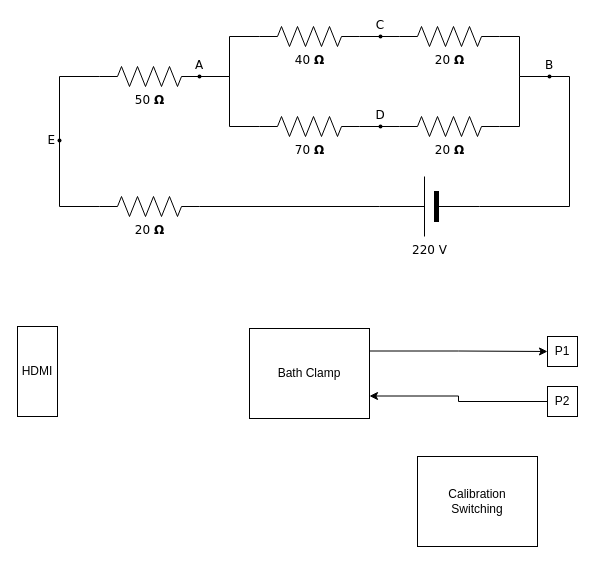
Before: documentation/test_github.drawio in lucask07/covg_clamp, a draw.io diagram. Source tidied: cells renumbered, new cells numbered last; positions are measured from the earlier drawing's top-left corner, leaving out a move shared by most shapes. Both pictures are drawn from the tidied source at 100%, with x=0, y=0 at pixel (17, 26).
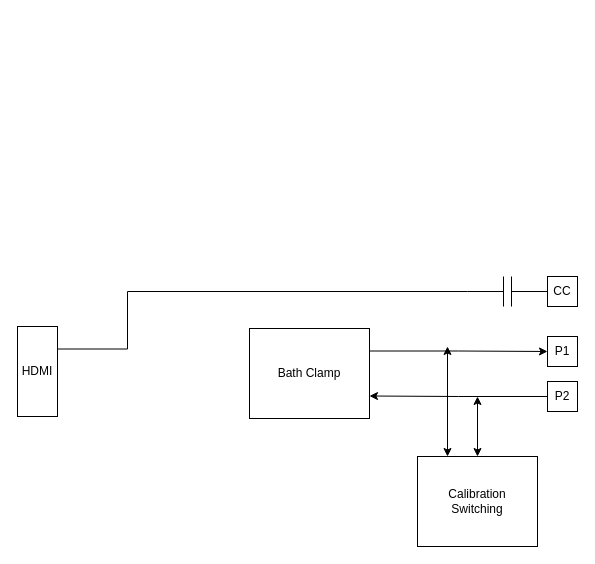
Above is the later version.

Unchanged cells that the change refers to:
```xml
<mxCell id="26" value="HDMI" style="rounded=0;whiteSpace=wrap;html=1;" parent="1" vertex="1">
  <mxGeometry y="300" width="40" height="90" as="geometry" />
</mxCell>
<mxCell id="29" value="Calibration&lt;br&gt;Switching" style="rounded=0;whiteSpace=wrap;html=1;" parent="1" vertex="1">
  <mxGeometry x="400" y="430" width="120" height="90" as="geometry" />
</mxCell>
```

What changed in the source:
```diff
@@
-    <mxCell id="2" style="edgeStyle=orthogonalEdgeStyle;rounded=0;html=1;exitX=1;exitY=0.5;exitPerimeter=0;entryX=0;entryY=0.5;entryPerimeter=0;labelBackgroundColor=none;startArrow=none;startFill=0;startSize=5;endArrow=none;endFill=0;endSize=5;jettySize=auto;strokeColor=#000000;strokeWidth=1;fontFamily=Verdana;fontSize=12;fontColor=#000000;" parent="1" edge="1" source="3" target="5">
-      <mxGeometry relative="1" as="geometry" />
-    </mxCell>
-    <mxCell id="3" value="40&amp;nbsp;&lt;b&gt;Ω&lt;/b&gt;" style="verticalLabelPosition=bottom;shadow=0;dashed=0;align=center;html=1;verticalAlign=top;strokeWidth=1;shape=mxgraph.electrical.resistors.resistor_2;rounded=1;comic=0;labelBackgroundColor=none;fontFamily=Verdana;fontSize=12;" parent="1" vertex="1">
-      <mxGeometry x="242" width="100" height="20" as="geometry" />
-    </mxCell>
-    <mxCell id="4" style="edgeStyle=orthogonalEdgeStyle;rounded=0;html=1;exitX=1;exitY=0.5;exitPerimeter=0;labelBackgroundColor=none;startArrow=none;startFill=0;startSize=5;endArrow=none;endFill=0;endSize=5;jettySize=auto;strokeWidth=1;fontFamily=Verdana;fontSize=12;" parent="1" edge="1" source="5">
-      <mxGeometry relative="1" as="geometry">
-        <mxPoint x="532" y="50" as="targetPoint" />
-        <Array as="points">
-          <mxPoint x="502" y="10" />
-          <mxPoint x="502" y="50" />
-        </Array>
-      </mxGeometry>
-    </mxCell>
-    <mxCell id="5" value="20&amp;nbsp;&lt;b&gt;Ω&lt;/b&gt;" style="verticalLabelPosition=bottom;shadow=0;dashed=0;align=center;html=1;verticalAlign=top;strokeWidth=1;shape=mxgraph.electrical.resistors.resistor_2;rounded=1;comic=0;labelBackgroundColor=none;fontFamily=Verdana;fontSize=12;" parent="1" vertex="1">
-      <mxGeometry x="382" width="100" height="20" as="geometry" />
-    </mxCell>
-    <mxCell id="6" style="edgeStyle=orthogonalEdgeStyle;rounded=0;html=1;exitX=1;exitY=0.5;exitPerimeter=0;entryX=0;entryY=0.5;entryPerimeter=0;labelBackgroundColor=none;startArrow=none;startFill=0;startSize=5;endArrow=none;endFill=0;endSize=5;jettySize=auto;strokeWidth=1;fontFamily=Verdana;fontSize=12;" parent="1" edge="1" source="7" target="9">
-      <mxGeometry relative="1" as="geometry" />
-    </mxCell>
-    <mxCell id="7" value="70&amp;nbsp;&lt;b&gt;Ω&lt;/b&gt;" style="verticalLabelPosition=bottom;shadow=0;dashed=0;align=center;html=1;verticalAlign=top;strokeWidth=1;shape=mxgraph.electrical.resistors.resistor_2;rounded=1;comic=0;labelBackgroundColor=none;fontFamily=Verdana;fontSize=12;" parent="1" vertex="1">
-      <mxGeometry x="242" y="90" width="100" height="20" as="geometry" />
-    </mxCell>
-    <mxCell id="8" style="edgeStyle=orthogonalEdgeStyle;rounded=0;html=1;exitX=1;exitY=0.5;exitPerimeter=0;labelBackgroundColor=none;startArrow=none;startFill=0;startSize=5;endArrow=none;endFill=0;endSize=5;jettySize=auto;strokeWidth=1;fontFamily=Verdana;fontSize=12;" parent="1" edge="1" source="9">
-      <mxGeometry relative="1" as="geometry">
-        <mxPoint x="532" y="50" as="targetPoint" />
-        <Array as="points">
-          <mxPoint x="502" y="100" />
-          <mxPoint x="502" y="50" />
-        </Array>
-      </mxGeometry>
-    </mxCell>
-    <mxCell id="9" value="20&amp;nbsp;&lt;b&gt;Ω&lt;/b&gt;" style="verticalLabelPosition=bottom;shadow=0;dashed=0;align=center;html=1;verticalAlign=top;strokeWidth=1;shape=mxgraph.electrical.resistors.resistor_2;rounded=1;comic=0;labelBackgroundColor=none;fontFamily=Verdana;fontSize=12;" parent="1" vertex="1">
-      <mxGeometry x="382" y="90" width="100" height="20" as="geometry" />
-    </mxCell>
-    <mxCell id="10" style="edgeStyle=orthogonalEdgeStyle;rounded=0;html=1;exitX=1;exitY=0.5;exitPerimeter=0;entryX=0;entryY=0.5;entryPerimeter=0;labelBackgroundColor=none;startArrow=none;startFill=0;startSize=5;endArrow=none;endFill=0;endSize=5;jettySize=auto;strokeWidth=1;fontFamily=Verdana;fontSize=12;" parent="1" edge="1" source="12" target="3">
-      <mxGeometry relative="1" as="geometry" />
-    </mxCell>
-    <mxCell id="11" style="edgeStyle=orthogonalEdgeStyle;rounded=0;html=1;exitX=1;exitY=0.5;exitPerimeter=0;entryX=0;entryY=0.5;entryPerimeter=0;labelBackgroundColor=none;startArrow=none;startFill=0;startSize=5;endArrow=none;endFill=0;endSize=5;jettySize=auto;strokeWidth=1;fontFamily=Verdana;fontSize=12;" parent="1" edge="1" source="12" target="7">
-      <mxGeometry relative="1" as="geometry" />
-    </mxCell>
-    <mxCell id="12" value="50&amp;nbsp;&lt;b&gt;Ω&lt;/b&gt;" style="verticalLabelPosition=bottom;shadow=0;dashed=0;align=center;html=1;verticalAlign=top;strokeWidth=1;shape=mxgraph.electrical.resistors.resistor_2;rounded=1;comic=0;labelBackgroundColor=none;fontFamily=Verdana;fontSize=12;" parent="1" vertex="1">
-      <mxGeometry x="82" y="40" width="100" height="20" as="geometry" />
-    </mxCell>
-    <mxCell id="13" style="edgeStyle=orthogonalEdgeStyle;rounded=0;html=1;exitX=0;exitY=0.5;exitPerimeter=0;entryX=0;entryY=0.5;entryPerimeter=0;labelBackgroundColor=none;startArrow=none;startFill=0;startSize=5;endArrow=none;endFill=0;endSize=5;jettySize=auto;strokeWidth=1;fontFamily=Verdana;fontSize=12;" parent="1" edge="1" source="14" target="12">
-      <mxGeometry relative="1" as="geometry">
-        <Array as="points">
-          <mxPoint x="42" y="180" />
-          <mxPoint x="42" y="50" />
-        </Array>
-      </mxGeometry>
-    </mxCell>
-    <mxCell id="14" value="20&amp;nbsp;&lt;b&gt;Ω&lt;/b&gt;" style="verticalLabelPosition=bottom;shadow=0;dashed=0;align=center;html=1;verticalAlign=top;strokeWidth=1;shape=mxgraph.electrical.resistors.resistor_2;rounded=1;comic=0;labelBackgroundColor=none;fontFamily=Verdana;fontSize=12;" parent="1" vertex="1">
-      <mxGeometry x="82" y="170" width="100" height="20" as="geometry" />
-    </mxCell>
-    <mxCell id="15" style="edgeStyle=orthogonalEdgeStyle;rounded=0;html=1;exitX=1;exitY=0.5;exitPerimeter=0;entryX=1;entryY=0.5;entryPerimeter=0;labelBackgroundColor=none;startArrow=none;startFill=0;startSize=5;endArrow=none;endFill=0;endSize=5;jettySize=auto;strokeWidth=1;fontFamily=Verdana;fontSize=12;" parent="1" edge="1" source="17" target="14">
-      <mxGeometry relative="1" as="geometry" />
-    </mxCell>
-    <mxCell id="16" style="edgeStyle=orthogonalEdgeStyle;rounded=0;html=1;exitX=0;exitY=0.5;exitPerimeter=0;labelBackgroundColor=none;startArrow=none;startFill=0;startSize=5;endArrow=none;endFill=0;endSize=5;jettySize=auto;strokeWidth=1;fontFamily=Verdana;fontSize=12;" parent="1" edge="1" source="17">
-      <mxGeometry relative="1" as="geometry">
-        <mxPoint x="532" y="50" as="targetPoint" />
-        <Array as="points">
-          <mxPoint x="552" y="180" />
-          <mxPoint x="552" y="50" />
-        </Array>
-      </mxGeometry>
-    </mxCell>
-    <mxCell id="17" value="220 V" style="verticalLabelPosition=bottom;shadow=0;dashed=0;align=center;fillColor=#000000;html=1;verticalAlign=top;strokeWidth=1;shape=mxgraph.electrical.miscellaneous.monocell_battery;rounded=1;comic=0;labelBackgroundColor=none;fontFamily=Verdana;fontSize=12;flipH=1;" parent="1" vertex="1">
-      <mxGeometry x="362" y="150" width="100" height="60" as="geometry" />
-    </mxCell>
-    <mxCell id="18" value="A" style="ellipse;whiteSpace=wrap;html=1;rounded=1;shadow=0;comic=0;labelBackgroundColor=none;strokeColor=none;strokeWidth=2;fillColor=#000000;fontFamily=Verdana;fontSize=12;align=center;labelPosition=center;verticalLabelPosition=top;verticalAlign=bottom;" parent="1" vertex="1">
-      <mxGeometry x="180" y="48" width="4" height="4" as="geometry" />
-    </mxCell>
-    <mxCell id="19" value="C" style="ellipse;whiteSpace=wrap;html=1;rounded=1;shadow=0;comic=0;labelBackgroundColor=none;strokeColor=none;strokeWidth=2;fillColor=#000000;fontFamily=Verdana;fontSize=12;align=center;labelPosition=center;verticalLabelPosition=top;verticalAlign=bottom;" parent="1" vertex="1">
-      <mxGeometry x="361" y="8" width="4" height="4" as="geometry" />
-    </mxCell>
-    <mxCell id="20" value="D" style="ellipse;whiteSpace=wrap;html=1;rounded=1;shadow=0;comic=0;labelBackgroundColor=none;strokeColor=none;strokeWidth=2;fontFamily=Verdana;fontSize=12;align=center;labelPosition=center;verticalLabelPosition=top;verticalAlign=bottom;fillColor=#000000;" parent="1" vertex="1">
-      <mxGeometry x="361" y="98" width="4" height="4" as="geometry" />
-    </mxCell>
-    <mxCell id="21" value="B" style="ellipse;whiteSpace=wrap;html=1;rounded=1;shadow=0;comic=0;labelBackgroundColor=none;strokeColor=none;strokeWidth=2;fillColor=#000000;fontFamily=Verdana;fontSize=12;fontColor=#000000;align=center;labelPosition=center;verticalLabelPosition=top;verticalAlign=bottom;" parent="1" vertex="1">
-      <mxGeometry x="530" y="48" width="4" height="4" as="geometry" />
-    </mxCell>
-    <mxCell id="22" value="E" style="ellipse;whiteSpace=wrap;html=1;rounded=1;shadow=0;comic=0;labelBackgroundColor=none;strokeColor=none;strokeWidth=2;fillColor=#000000;fontFamily=Verdana;fontSize=12;align=right;labelPosition=left;verticalLabelPosition=middle;verticalAlign=middle;" parent="1" vertex="1">
-      <mxGeometry x="40" y="112" width="4" height="4" as="geometry" />
-    </mxCell>
@@
+    <mxCell id="30" style="edgeStyle=orthogonalEdgeStyle;rounded=0;jettySize=auto;html=1;exitX=1;exitY=0.25;exitDx=0;exitDy=0;startArrow=none;startFill=0;entryX=0;entryY=0.5;entryDx=0;entryDy=0;entryPerimeter=0;endArrow=none;endFill=0;" parent="1" edge="1" source="26" target="34">
+      <mxGeometry relative="1" as="geometry">
+        <Array as="points">
+          <mxPoint x="110" y="323" />
+          <mxPoint x="110" y="265" />
+        </Array>
+      </mxGeometry>
+    </mxCell>
@@
     <mxCell id="28" value="P2" style="rounded=0;whiteSpace=wrap;html=1;" parent="1" vertex="1">
-      <mxGeometry x="530" y="360" width="30" height="30" as="geometry" />
+      <mxGeometry x="530" y="355" width="30" height="30" as="geometry" />
     </mxCell>
+    <mxCell id="31" style="edgeStyle=orthogonalEdgeStyle;rounded=0;jettySize=auto;html=1;exitX=0.5;exitY=0;exitDx=0;exitDy=0;startArrow=classic;startFill=1;" parent="1" edge="1" source="29">
+      <mxGeometry relative="1" as="geometry">
+        <mxPoint x="460" y="370" as="targetPoint" />
+      </mxGeometry>
+    </mxCell>
+    <mxCell id="32" style="edgeStyle=orthogonalEdgeStyle;rounded=0;jettySize=auto;html=1;exitX=0.25;exitY=0;exitDx=0;exitDy=0;startArrow=classic;startFill=1;endArrow=classic;endFill=1;" parent="1" edge="1" source="29">
+      <mxGeometry relative="1" as="geometry">
+        <mxPoint x="430" y="320" as="targetPoint" />
+      </mxGeometry>
+    </mxCell>
@@
+    <mxCell id="33" value="CC" style="rounded=0;whiteSpace=wrap;html=1;" parent="1" vertex="1">
+      <mxGeometry x="530" y="250" width="30" height="30" as="geometry" />
+    </mxCell>
+    <mxCell id="34" style="verticalLabelPosition=bottom;shadow=0;dashed=0;align=center;html=1;verticalAlign=top;shape=mxgraph.electrical.capacitors.capacitor_1;" parent="1" vertex="1">
+      <mxGeometry x="450" y="250" width="80" height="30" as="geometry" />
+    </mxCell>
```
